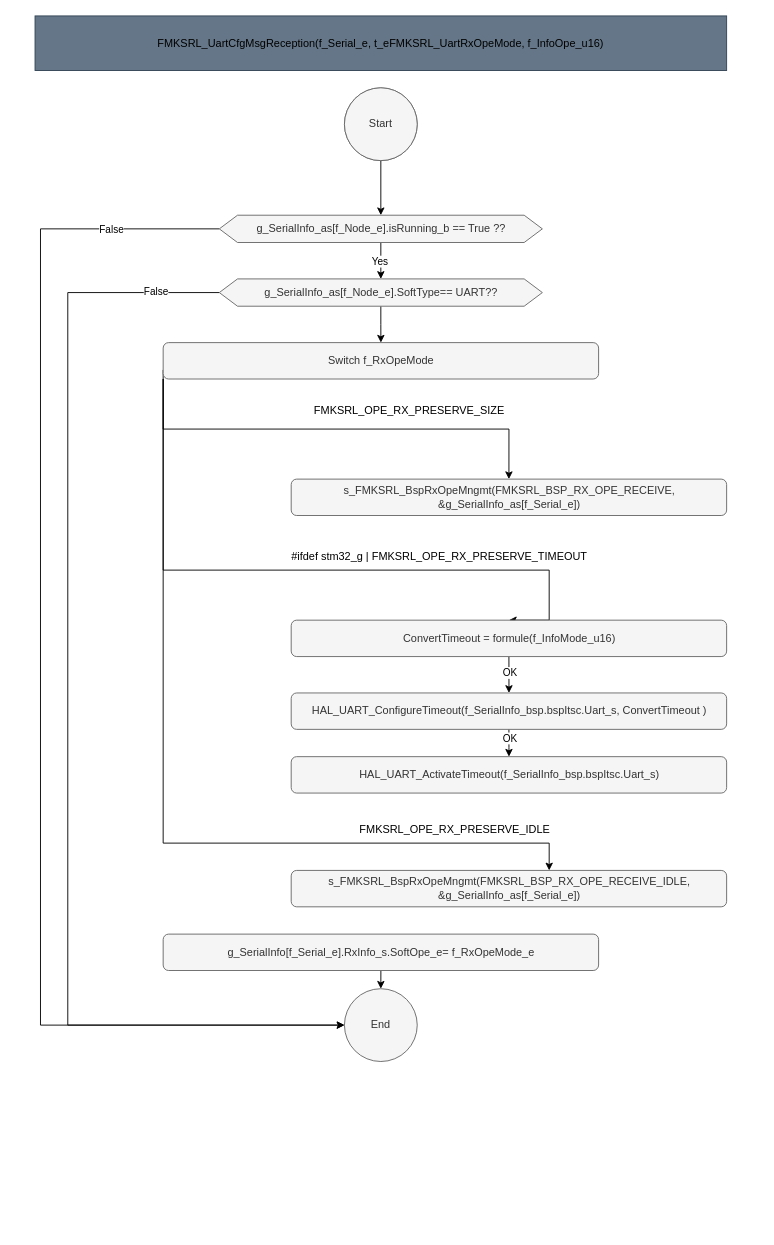
Earlier version of the draw.io diagram page "Receive" (7 of 15) of src/1_FMK/FMK_HAL/FMK_SRL/Doc/Design/SerialDesign.drawio (mbarbeau0545/PickersRobotPOC). Source tidied: cells renumbered, new cells numbered last; positions are measured from the earlier drawing's top-left corner, leaving out a move shared by most shapes. Both pictures are drawn from the tidied source at 91%, with x=0, y=0 at pixel (35, 15).
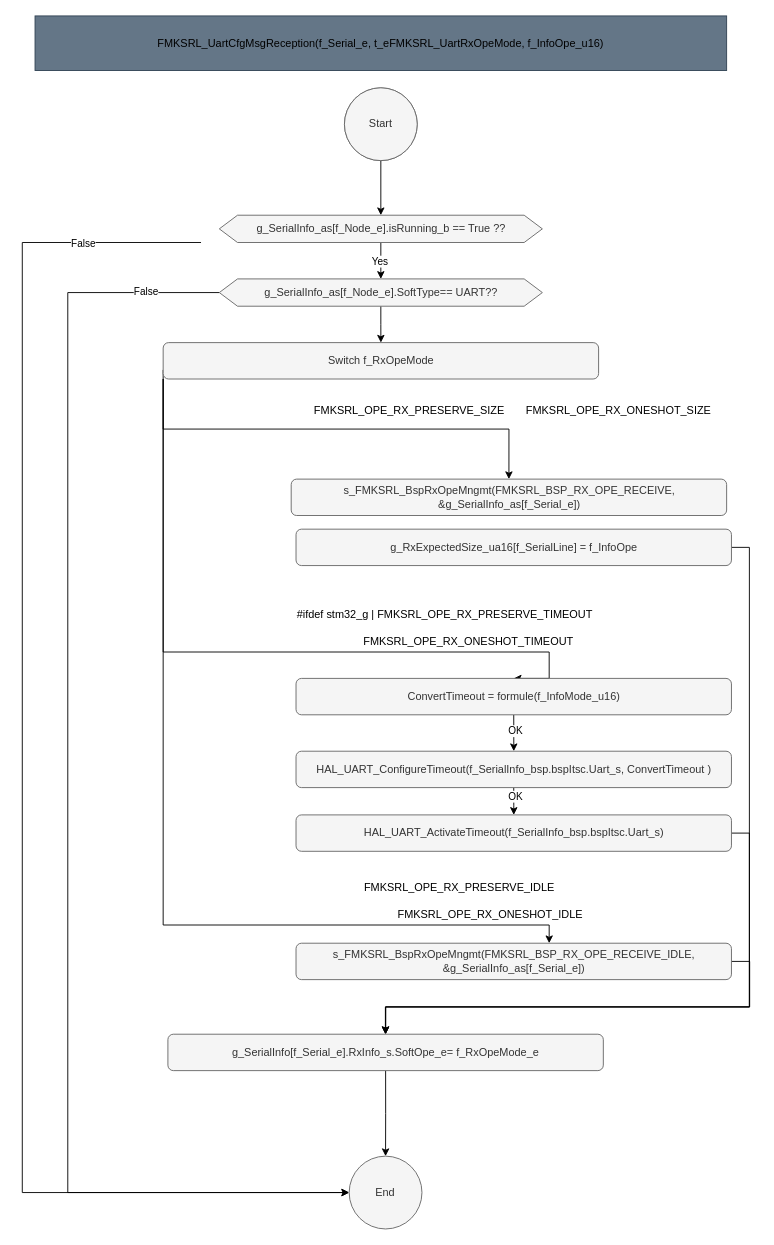
After the change.

The change refers to these unchanged cells:
```xml
<mxCell id="10" value="g_SerialInfo_as[f_Node_e].isRunning_b == True ??" style="shape=hexagon;perimeter=hexagonPerimeter2;whiteSpace=wrap;html=1;fixedSize=1;fillColor=#f5f5f5;fontColor=#333333;strokeColor=#666666;" parent="1" vertex="1">
  <mxGeometry x="202.5" y="219" width="355" height="30" as="geometry" />
</mxCell>
<mxCell id="14" value="g_SerialInfo_as[f_Node_e].SoftType== UART??" style="shape=hexagon;perimeter=hexagonPerimeter2;whiteSpace=wrap;html=1;fixedSize=1;fillColor=#f5f5f5;fontColor=#333333;strokeColor=#666666;" parent="1" vertex="1">
  <mxGeometry x="202.5" y="289" width="355" height="30" as="geometry" />
</mxCell>
<mxCell id="19" value="Switch f_RxOpeMode" style="rounded=1;whiteSpace=wrap;html=1;fillColor=#f5f5f5;fontColor=#333333;strokeColor=#666666;" parent="1" vertex="1">
  <mxGeometry x="140.8" y="359" width="478.5" height="40" as="geometry" />
</mxCell>
```

The edit, as a diff of the source:
```diff
@@
-    <mxCell id="6" style="edgeStyle=orthogonalEdgeStyle;rounded=0;jettySize=auto;html=1;exitX=0;exitY=0.5;exitDx=0;exitDy=0;entryX=0;entryY=0.5;entryDx=0;entryDy=0;" parent="1" edge="1" source="10" target="15">
+    <mxCell id="6" style="edgeStyle=orthogonalEdgeStyle;rounded=0;jettySize=auto;html=1;exitX=0;exitY=0.5;exitDx=0;exitDy=0;entryX=0;entryY=0.5;entryDx=0;entryDy=0;" parent="1" edge="1" target="15">
       <mxGeometry relative="1" as="geometry">
+        <mxPoint x="182.4" y="249" as="sourcePoint" />
         <Array as="points">
-          <mxPoint x="6" y="234" />
-          <mxPoint x="6" y="1109" />
+          <mxPoint x="-14" y="249" />
+          <mxPoint x="-14" y="1293" />
         </Array>
       </mxGeometry>
     </mxCell>
@@
     <mxCell id="11" style="edgeStyle=orthogonalEdgeStyle;rounded=0;jettySize=auto;html=1;exitX=0;exitY=0.5;exitDx=0;exitDy=0;entryX=0;entryY=0.5;entryDx=0;entryDy=0;" parent="1" edge="1" source="14" target="15">
       <mxGeometry relative="1" as="geometry">
         <Array as="points">
           <mxPoint x="36" y="304" />
-          <mxPoint x="36" y="1109" />
+          <mxPoint x="36" y="1293" />
         </Array>
       </mxGeometry>
     </mxCell>
@@
     <mxCell id="15" value="End" style="ellipse;whiteSpace=wrap;html=1;fillColor=#f5f5f5;fontColor=#333333;strokeColor=#666666;" parent="1" vertex="1">
-      <mxGeometry x="340" y="1069" width="80" height="80" as="geometry" />
+      <mxGeometry x="345.2" y="1253" width="80" height="80" as="geometry" />
     </mxCell>
@@
     <mxCell id="17" style="edgeStyle=orthogonalEdgeStyle;rounded=0;jettySize=auto;html=1;exitX=0;exitY=0.75;exitDx=0;exitDy=0;entryX=0.5;entryY=0;entryDx=0;entryDy=0;" parent="1" edge="1" source="19" target="24">
       <mxGeometry relative="1" as="geometry">
         <Array as="points">
-          <mxPoint x="141" y="609" />
-          <mxPoint x="565" y="609" />
+          <mxPoint x="141" y="699" />
+          <mxPoint x="565" y="699" />
+          <mxPoint x="565" y="728" />
         </Array>
       </mxGeometry>
     </mxCell>
     <mxCell id="18" style="edgeStyle=orthogonalEdgeStyle;rounded=0;jettySize=auto;html=1;exitX=0;exitY=1;exitDx=0;exitDy=0;" parent="1" edge="1" source="19" target="30">
       <mxGeometry relative="1" as="geometry">
         <Array as="points">
-          <mxPoint x="141" y="909" />
-          <mxPoint x="565" y="909" />
+          <mxPoint x="141" y="999" />
+          <mxPoint x="565" y="999" />
         </Array>
       </mxGeometry>
     </mxCell>
@@
     <mxCell id="21" value="#ifdef stm32_g |&amp;nbsp;&lt;span style=&quot;text-align: left; text-wrap: wrap;&quot;&gt;FMKSRL_OPE_RX_PRESERVE_TIMEOUT&lt;/span&gt;" style="text;html=1;align=center;verticalAlign=middle;strokeColor=none;fillColor=none;" parent="1" vertex="1">
-      <mxGeometry x="269.2" y="579" width="350" height="30" as="geometry" />
+      <mxGeometry x="274.5" y="643" width="350" height="30" as="geometry" />
     </mxCell>
@@
     <mxCell id="24" value="ConvertTimeout = formule(f_InfoMode_u16)" style="rounded=1;whiteSpace=wrap;html=1;fillColor=#f5f5f5;fontColor=#333333;strokeColor=#666666;" parent="1" vertex="1">
-      <mxGeometry x="281.5" y="664" width="478.5" height="40" as="geometry" />
+      <mxGeometry x="286.8" y="728" width="478.5" height="40" as="geometry" />
     </mxCell>
@@
     <mxCell id="27" value="HAL_UART_ConfigureTimeout(f_SerialInfo_bsp.bspItsc.Uart_s, ConvertTimeout&amp;nbsp;)" style="rounded=1;whiteSpace=wrap;html=1;fillColor=#f5f5f5;fontColor=#333333;strokeColor=#666666;" parent="1" vertex="1">
-      <mxGeometry x="281.5" y="744" width="478.5" height="40" as="geometry" />
+      <mxGeometry x="286.8" y="808" width="478.5" height="40" as="geometry" />
     </mxCell>
+    <mxCell id="34" style="edgeStyle=orthogonalEdgeStyle;rounded=0;jettySize=auto;html=1;exitX=1;exitY=0.5;exitDx=0;exitDy=0;entryX=0.5;entryY=0;entryDx=0;entryDy=0;" parent="1" edge="1" source="28" target="33">
+      <mxGeometry relative="1" as="geometry">
+        <Array as="points">
+          <mxPoint x="785" y="898" />
+          <mxPoint x="785" y="1089" />
+          <mxPoint x="385" y="1089" />
+        </Array>
+      </mxGeometry>
+    </mxCell>
     <mxCell id="28" value="HAL_UART_ActivateTimeout(f_SerialInfo_bsp.bspItsc.Uart_s)" style="rounded=1;whiteSpace=wrap;html=1;fillColor=#f5f5f5;fontColor=#333333;strokeColor=#666666;" parent="1" vertex="1">
-      <mxGeometry x="281.5" y="814" width="478.5" height="40" as="geometry" />
+      <mxGeometry x="286.8" y="878" width="478.5" height="40" as="geometry" />
     </mxCell>
@@
+    <mxCell id="35" style="edgeStyle=orthogonalEdgeStyle;rounded=0;jettySize=auto;html=1;exitX=1;exitY=0.5;exitDx=0;exitDy=0;" parent="1" edge="1" source="30" target="33">
+      <mxGeometry relative="1" as="geometry" />
+    </mxCell>
     <mxCell id="30" value="s_FMKSRL_BspRxOpeMngmt(FMKSRL_BSP_RX_OPE_RECEIVE_IDLE, &amp;amp;g_SerialInfo_as[f_Serial_e])" style="rounded=1;whiteSpace=wrap;html=1;fillColor=#f5f5f5;fontColor=#333333;strokeColor=#666666;" parent="1" vertex="1">
-      <mxGeometry x="281.5" y="939" width="478.5" height="40" as="geometry" />
+      <mxGeometry x="286.8" y="1019" width="478.5" height="40" as="geometry" />
     </mxCell>
     <mxCell id="31" value="&lt;span style=&quot;text-align: left; text-wrap: wrap;&quot;&gt;FMKSRL_OPE_RX_PRESERVE_IDLE&lt;/span&gt;" style="text;html=1;align=center;verticalAlign=middle;strokeColor=none;fillColor=none;fontColor=default;" parent="1" vertex="1">
-      <mxGeometry x="346" y="879" width="230" height="30" as="geometry" />
+      <mxGeometry x="351.2" y="943" width="230" height="30" as="geometry" />
     </mxCell>
@@
     <mxCell id="33" value="g_SerialInfo[f_Serial_e].RxInfo_s.SoftOpe_e= f_RxOpeMode_e" style="rounded=1;whiteSpace=wrap;html=1;fillColor=#f5f5f5;fontColor=#333333;strokeColor=#666666;" parent="1" vertex="1">
-      <mxGeometry x="140.8" y="1009" width="478.5" height="40" as="geometry" />
+      <mxGeometry x="146" y="1119" width="478.5" height="40" as="geometry" />
     </mxCell>
+    <mxCell id="36" value="&lt;span style=&quot;text-align: left; text-wrap: wrap;&quot;&gt;FMKSRL_OPE_RX_ONESHOT_SIZE&lt;/span&gt;" style="text;html=1;align=center;verticalAlign=middle;strokeColor=none;fillColor=none;fontColor=default;" parent="1" vertex="1">
+      <mxGeometry x="526" y="419" width="230" height="30" as="geometry" />
+    </mxCell>
+    <mxCell id="37" value="&lt;div style=&quot;text-align: center;&quot;&gt;&lt;span style=&quot;background-color: initial; text-align: left;&quot;&gt;F&lt;/span&gt;&lt;span style=&quot;background-color: initial; text-wrap: wrap; text-align: left;&quot;&gt;MKSRL_OPE_RX_&lt;/span&gt;&lt;span style=&quot;background-color: initial; text-wrap: wrap; text-align: left;&quot;&gt;ONESHOT&lt;/span&gt;&lt;span style=&quot;background-color: initial; text-wrap: wrap; text-align: left;&quot;&gt;_TIMEOUT&lt;/span&gt;&lt;/div&gt;" style="text;html=1;align=center;verticalAlign=middle;strokeColor=none;fillColor=none;" parent="1" vertex="1">
+      <mxGeometry x="351.2" y="673" width="250" height="30" as="geometry" />
+    </mxCell>
+    <mxCell id="38" value="&lt;div style=&quot;text-align: center;&quot;&gt;&lt;span style=&quot;background-color: initial; text-align: left;&quot;&gt;F&lt;/span&gt;&lt;span style=&quot;background-color: initial; text-wrap: wrap; text-align: left;&quot;&gt;MKSRL_OPE_RX_&lt;/span&gt;&lt;span style=&quot;background-color: initial; text-wrap: wrap; text-align: left;&quot;&gt;ONESHOT&lt;/span&gt;&lt;span style=&quot;background-color: initial; text-wrap: wrap; text-align: left;&quot;&gt;_IDLE&lt;/span&gt;&lt;/div&gt;" style="text;html=1;align=center;verticalAlign=middle;strokeColor=none;fillColor=none;" parent="1" vertex="1">
+      <mxGeometry x="384.5" y="973" width="230" height="30" as="geometry" />
+    </mxCell>
+    <mxCell id="39" style="edgeStyle=orthogonalEdgeStyle;rounded=0;jettySize=auto;html=1;exitX=1;exitY=0.5;exitDx=0;exitDy=0;" parent="1" edge="1" source="40" target="33">
+      <mxGeometry relative="1" as="geometry">
+        <Array as="points">
+          <mxPoint x="785" y="584" />
+          <mxPoint x="785" y="1089" />
+          <mxPoint x="385" y="1089" />
+        </Array>
+      </mxGeometry>
+    </mxCell>
+    <mxCell id="40" value="g_RxExpectedSize_ua16[f_SerialLine] = f_InfoOpe" style="rounded=1;whiteSpace=wrap;html=1;fillColor=#f5f5f5;fontColor=#333333;strokeColor=#666666;" parent="1" vertex="1">
+      <mxGeometry x="286.8" y="564" width="478.5" height="40" as="geometry" />
+    </mxCell>
```
